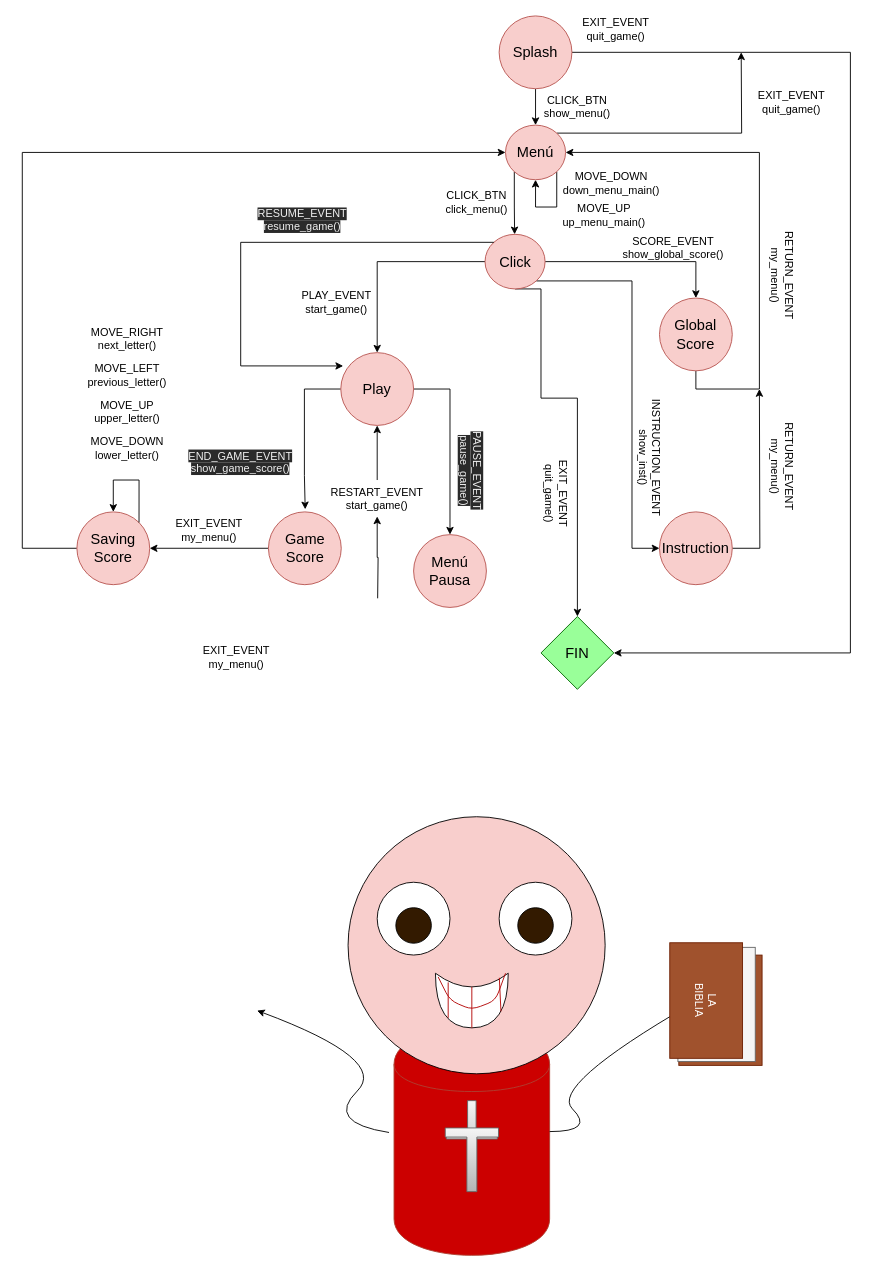
KevinWahle/Programacion-1-TP-Integrador keeps this draw.io diagram as some files/fsm_sketch.dio. Above is the earlier version. Source tidied: cells renumbered, new cells numbered last; positions are measured from the earlier drawing's top-left corner, leaving out a move shared by most shapes. Both pictures are drawn from the tidied source at 91%, with x=0, y=0 at pixel (22, 15).
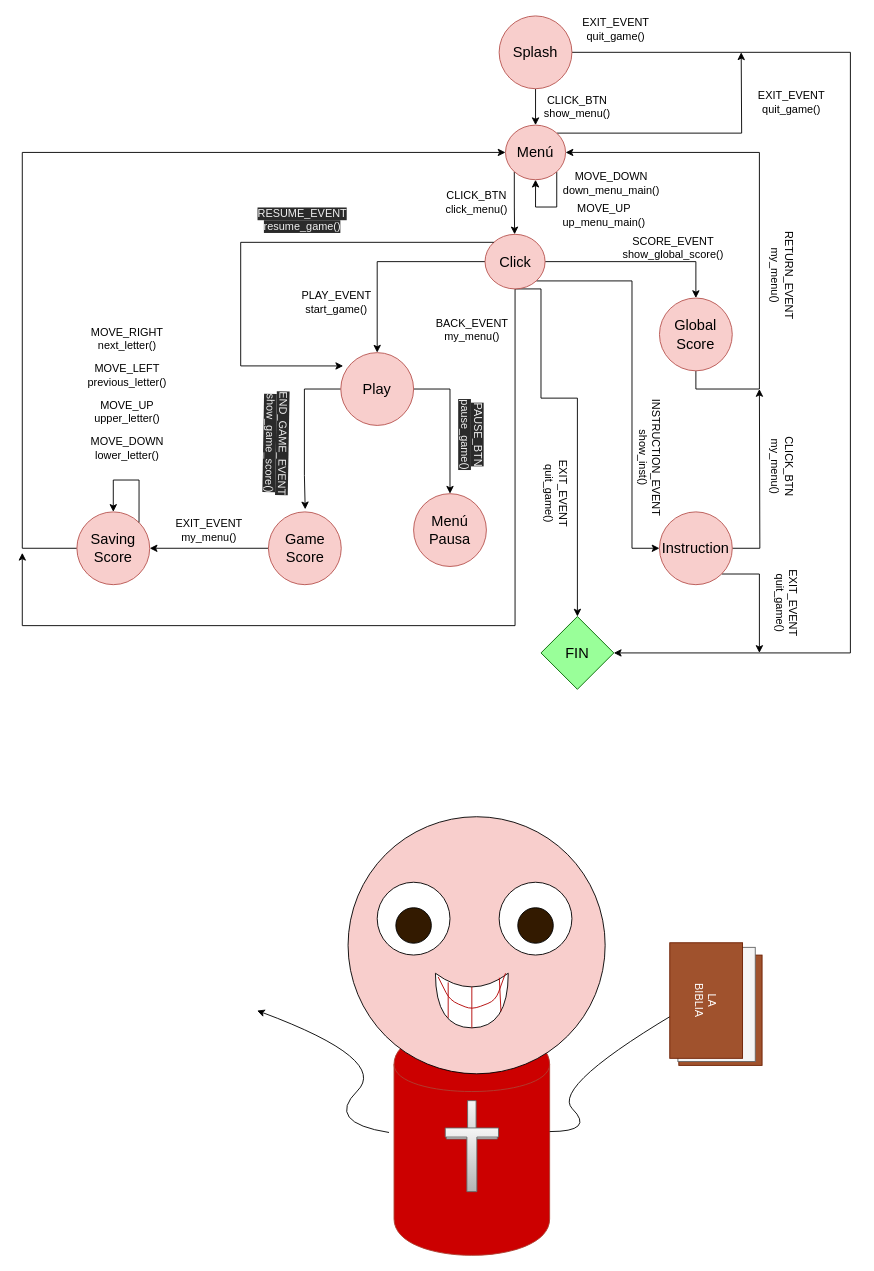
The same diagram, later.

Unchanged cells that the change refers to:
```xml
<mxCell id="17" value="Play" style="ellipse;whiteSpace=wrap;html=1;fillColor=#f8cecc;strokeColor=#b85450;fontColor=#000000;fontSize=16;" parent="1" vertex="1">
  <mxGeometry x="350" y="370" width="80" height="80" as="geometry" />
</mxCell>
<mxCell id="40" value="Click" style="ellipse;whiteSpace=wrap;html=1;fillColor=#f8cecc;strokeColor=#b85450;fontColor=#000000;fontSize=16;" parent="1" vertex="1">
  <mxGeometry x="508.5" y="240" width="66" height="60" as="geometry" />
</mxCell>
<mxCell id="60" value="Instruction" style="ellipse;whiteSpace=wrap;html=1;fillColor=#f8cecc;strokeColor=#b85450;fontColor=#000000;fontSize=16;" parent="1" vertex="1">
  <mxGeometry x="700.2" y="545" width="80" height="80" as="geometry" />
</mxCell>
```

What changed in the source:
```diff
@@
+    <mxCell id="71" style="edgeStyle=orthogonalEdgeStyle;rounded=0;jettySize=auto;html=1;exitX=0.5;exitY=1;exitDx=0;exitDy=0;" parent="1" edge="1" source="40">
+      <mxGeometry relative="1" as="geometry">
+        <mxPoint y="590" as="targetPoint" />
+        <Array as="points">
+          <mxPoint x="541" y="670" />
+          <mxPoint y="670" />
+        </Array>
+      </mxGeometry>
+    </mxCell>
@@
-    <mxCell id="44" value="&lt;span style=&quot;color: rgb(240 , 240 , 240) ; font-family: &amp;#34;helvetica&amp;#34; ; font-size: 12px ; font-style: normal ; font-weight: 400 ; letter-spacing: normal ; text-indent: 0px ; text-transform: none ; word-spacing: 0px ; background-color: rgb(42 , 42 , 42) ; float: none ; display: inline&quot;&gt;PAUSE_EVENT&lt;/span&gt;&lt;br style=&quot;color: rgb(240 , 240 , 240) ; font-family: &amp;#34;helvetica&amp;#34; ; font-size: 12px ; font-style: normal ; font-weight: 400 ; letter-spacing: normal ; text-indent: 0px ; text-transform: none ; word-spacing: 0px ; background-color: rgb(42 , 42 , 42)&quot;&gt;&lt;span style=&quot;color: rgb(240 , 240 , 240) ; font-family: &amp;#34;helvetica&amp;#34; ; font-size: 12px ; font-style: normal ; font-weight: 400 ; letter-spacing: normal ; text-indent: 0px ; text-transform: none ; word-spacing: 0px ; background-color: rgb(42 , 42 , 42) ; float: none ; display: inline&quot;&gt;pause_game()&lt;/span&gt;" style="text;whiteSpace=wrap;html=1;align=center;rotation=90;" parent="1" vertex="1">
-      <mxGeometry x="444" y="480" width="100" height="40" as="geometry" />
+    <mxCell id="44" value="&lt;span style=&quot;color: rgb(240 , 240 , 240) ; font-family: &amp;#34;helvetica&amp;#34; ; font-size: 12px ; font-style: normal ; font-weight: 400 ; letter-spacing: normal ; text-indent: 0px ; text-transform: none ; word-spacing: 0px ; background-color: rgb(42 , 42 , 42) ; float: none ; display: inline&quot;&gt;PAUSE_BTN&lt;/span&gt;&lt;br style=&quot;color: rgb(240 , 240 , 240) ; font-family: &amp;#34;helvetica&amp;#34; ; font-size: 12px ; font-style: normal ; font-weight: 400 ; letter-spacing: normal ; text-indent: 0px ; text-transform: none ; word-spacing: 0px ; background-color: rgb(42 , 42 , 42)&quot;&gt;&lt;span style=&quot;color: rgb(240 , 240 , 240) ; font-family: &amp;#34;helvetica&amp;#34; ; font-size: 12px ; font-style: normal ; font-weight: 400 ; letter-spacing: normal ; text-indent: 0px ; text-transform: none ; word-spacing: 0px ; background-color: rgb(42 , 42 , 42) ; float: none ; display: inline&quot;&gt;pause_game()&lt;/span&gt;" style="text;whiteSpace=wrap;html=1;align=center;rotation=90;" parent="1" vertex="1">
+      <mxGeometry x="444.5" y="440" width="100" height="40" as="geometry" />
     </mxCell>
@@
     <mxCell id="48" value="Menú Pausa" style="ellipse;whiteSpace=wrap;html=1;fillColor=#f8cecc;strokeColor=#b85450;fontColor=#000000;fontSize=16;" parent="1" vertex="1">
-      <mxGeometry x="430" y="570" width="80" height="80" as="geometry" />
+      <mxGeometry x="430" y="525" width="80" height="80" as="geometry" />
     </mxCell>
-    <mxCell id="49" value="&lt;span style=&quot;color: rgb(240 , 240 , 240) ; font-family: &amp;#34;helvetica&amp;#34; ; font-size: 12px ; font-style: normal ; font-weight: 400 ; letter-spacing: normal ; text-indent: 0px ; text-transform: none ; word-spacing: 0px ; background-color: rgb(42 , 42 , 42) ; float: none ; display: inline&quot;&gt;END_GAME_EVENT&lt;/span&gt;&lt;br style=&quot;color: rgb(240 , 240 , 240) ; font-family: &amp;#34;helvetica&amp;#34; ; font-size: 12px ; font-style: normal ; font-weight: 400 ; letter-spacing: normal ; text-indent: 0px ; text-transform: none ; word-spacing: 0px ; background-color: rgb(42 , 42 , 42)&quot;&gt;&lt;span style=&quot;color: rgb(240 , 240 , 240) ; font-family: &amp;#34;helvetica&amp;#34; ; font-size: 12px ; font-style: normal ; font-weight: 400 ; letter-spacing: normal ; text-indent: 0px ; text-transform: none ; word-spacing: 0px ; background-color: rgb(42 , 42 , 42) ; float: none ; display: inline&quot;&gt;show_game_score()&lt;/span&gt;" style="text;whiteSpace=wrap;html=1;align=center;" parent="1" vertex="1">
-      <mxGeometry x="190" y="470" width="100" height="40" as="geometry" />
+    <mxCell id="49" value="&lt;span style=&quot;color: rgb(240 , 240 , 240) ; font-family: &amp;#34;helvetica&amp;#34; ; font-size: 12px ; font-style: normal ; font-weight: 400 ; letter-spacing: normal ; text-indent: 0px ; text-transform: none ; word-spacing: 0px ; background-color: rgb(42 , 42 , 42) ; float: none ; display: inline&quot;&gt;END_GAME_EVENT&lt;/span&gt;&lt;br style=&quot;color: rgb(240 , 240 , 240) ; font-family: &amp;#34;helvetica&amp;#34; ; font-size: 12px ; font-style: normal ; font-weight: 400 ; letter-spacing: normal ; text-indent: 0px ; text-transform: none ; word-spacing: 0px ; background-color: rgb(42 , 42 , 42)&quot;&gt;&lt;span style=&quot;color: rgb(240 , 240 , 240) ; font-family: &amp;#34;helvetica&amp;#34; ; font-size: 12px ; font-style: normal ; font-weight: 400 ; letter-spacing: normal ; text-indent: 0px ; text-transform: none ; word-spacing: 0px ; background-color: rgb(42 , 42 , 42) ; float: none ; display: inline&quot;&gt;show_game_score()&lt;/span&gt;" style="text;whiteSpace=wrap;html=1;align=center;rotation=91;" parent="1" vertex="1">
+      <mxGeometry x="230" y="450" width="100" height="40" as="geometry" />
     </mxCell>
@@
-    <mxCell id="51" style="edgeStyle=orthogonalEdgeStyle;rounded=0;jettySize=auto;html=1;entryX=0.5;entryY=1;entryDx=0;entryDy=0;" parent="1" edge="1" source="52" target="17">
-      <mxGeometry relative="1" as="geometry" />
-    </mxCell>
-    <mxCell id="52" value="&lt;font face=&quot;helvetica&quot;&gt;RESTART_EVENT&lt;br&gt;start_game()&lt;br&gt;&lt;br&gt;&lt;/font&gt;" style="text;whiteSpace=wrap;html=1;align=center;" parent="1" vertex="1">
-      <mxGeometry x="340" y="510" width="100" height="40" as="geometry" />
-    </mxCell>
-    <mxCell id="53" value="EXIT_EVENT&lt;br&gt;my_menu()" style="text;html=1;align=center;verticalAlign=middle;" parent="1" vertex="1">
-      <mxGeometry x="190" y="690" width="90" height="30" as="geometry" />
+    <mxCell id="53" value="BACK_EVENT&lt;br&gt;my_menu()" style="text;html=1;align=center;verticalAlign=middle;" parent="1" vertex="1">
+      <mxGeometry x="449" y="330" width="90" height="30" as="geometry" />
     </mxCell>
@@
-    <mxCell id="56" style="edgeStyle=orthogonalEdgeStyle;rounded=0;jettySize=auto;html=1;exitX=0.5;exitY=0;exitDx=0;exitDy=0;entryX=0.5;entryY=1;entryDx=0;entryDy=0;" parent="1" edge="1" target="52">
-      <mxGeometry relative="1" as="geometry">
-        <mxPoint x="390.5" y="640" as="sourcePoint" />
-      </mxGeometry>
-    </mxCell>
@@
+    <mxCell id="72" style="edgeStyle=orthogonalEdgeStyle;rounded=0;jettySize=auto;html=1;exitX=1;exitY=1;exitDx=0;exitDy=0;" parent="1" edge="1" source="60">
+      <mxGeometry relative="1" as="geometry">
+        <mxPoint x="810" y="700" as="targetPoint" />
+        <Array as="points">
+          <mxPoint x="810" y="613" />
+          <mxPoint x="810" y="700" />
+        </Array>
+      </mxGeometry>
+    </mxCell>
@@
-    <mxCell id="67" value="RETURN_EVENT&lt;br&gt;my_menu()" style="text;html=1;align=center;verticalAlign=middle;rotation=90;" parent="1" vertex="1">
-      <mxGeometry x="780.2" y="480" width="110" height="30" as="geometry" />
+    <mxCell id="67" value="CLICK_BTN&lt;br&gt;my_menu()" style="text;html=1;align=center;verticalAlign=middle;rotation=90;" parent="1" vertex="1">
+      <mxGeometry x="795.2" y="480" width="80" height="30" as="geometry" />
     </mxCell>
@@
+    <mxCell id="73" value="EXIT_EVENT&lt;br&gt;quit_game()" style="text;html=1;align=center;verticalAlign=middle;rotation=90;" parent="1" vertex="1">
+      <mxGeometry x="795.2" y="630" width="90" height="30" as="geometry" />
+    </mxCell>
```
